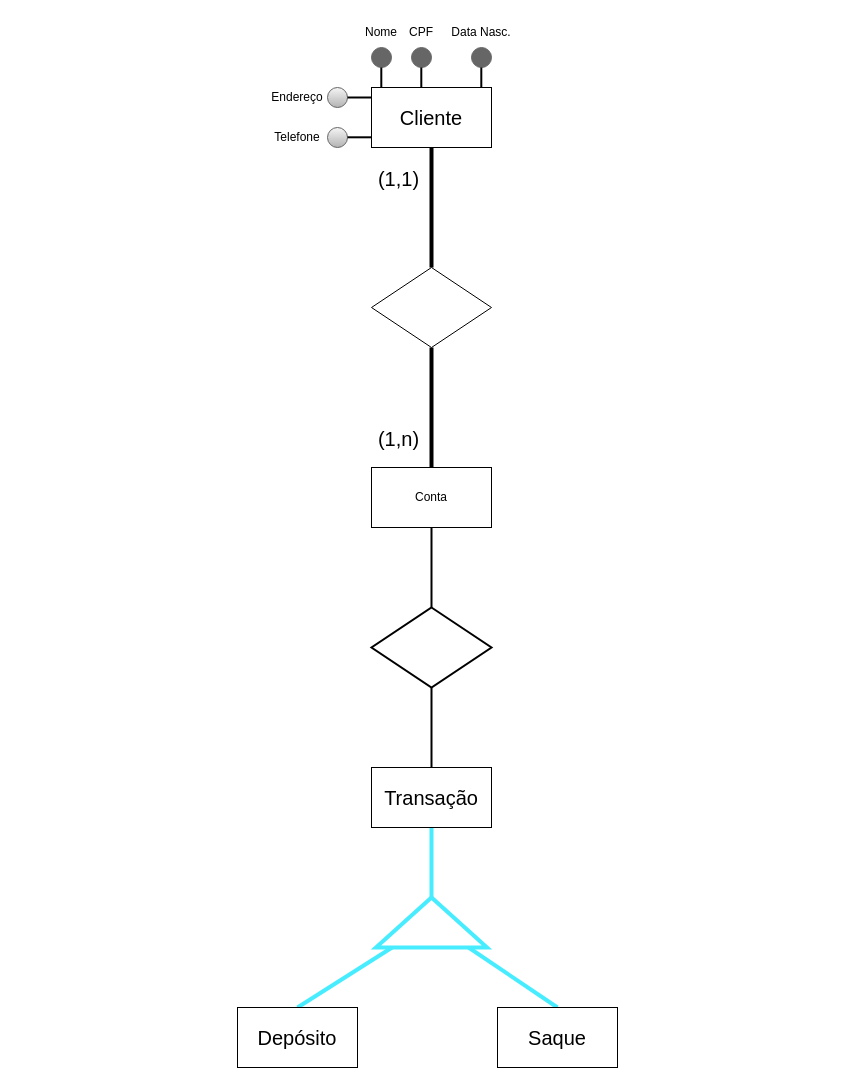
Above: diagrama/Diagrama Sistema Bancario.drawio in Eric-Catarina/Sistema-Bancario (draw.io), before the change. Source tidied: cells renumbered, new cells numbered last; positions are measured from the earlier drawing's top-left corner, leaving out a move shared by most shapes. Both pictures are drawn from the tidied source at 100%, with x=0, y=0 at pixel (237, 17).
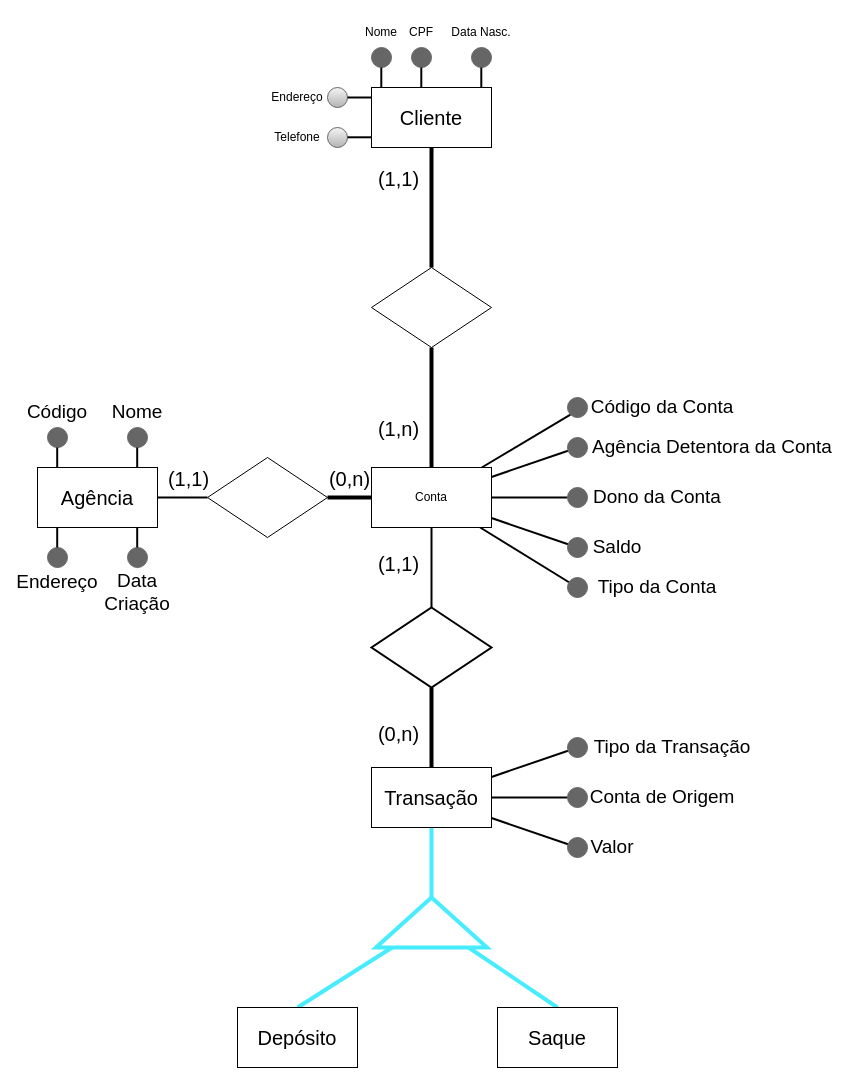
The same diagram, later.

The change refers to these unchanged cells:
```xml
<mxCell id="3" value="Conta" style="rounded=0;whiteSpace=wrap;html=1;" parent="1" vertex="1">
  <mxGeometry x="134" y="450" width="120" height="60" as="geometry" />
</mxCell>
<mxCell id="14" style="edgeStyle=orthogonalEdgeStyle;rounded=0;jettySize=auto;html=1;strokeWidth=4;fontSize=20;endArrow=none;endFill=0;entryX=0.5;entryY=0;entryDx=0;entryDy=0;" parent="1" edge="1" source="18" target="3">
  <mxGeometry relative="1" as="geometry" />
</mxCell>
<mxCell id="25" value="Transação" style="rounded=0;whiteSpace=wrap;html=1;strokeColor=#000000;strokeWidth=1;fontSize=20;" parent="1" vertex="1">
  <mxGeometry x="134" y="750" width="120" height="60" as="geometry" />
</mxCell>
<mxCell id="26" style="edgeStyle=none;rounded=0;jettySize=auto;html=1;entryX=0.5;entryY=1;entryDx=0;entryDy=0;strokeColor=#000000;strokeWidth=2;fontSize=20;endArrow=none;endFill=0;" parent="1" edge="1" source="28" target="3">
  <mxGeometry relative="1" as="geometry" />
</mxCell>
<mxCell id="28" style="rhombus;whiteSpace=wrap;html=1;strokeColor=#000000;strokeWidth=2;fontSize=20;" parent="1" vertex="1">
  <mxGeometry x="134" y="590" width="120" height="80" as="geometry" />
</mxCell>
```

The edit, as a diff of the source:
```diff
@@
+    <mxCell id="34" style="edgeStyle=none;rounded=0;jettySize=auto;html=1;entryX=1;entryY=0.5;entryDx=0;entryDy=0;strokeColor=#000000;strokeWidth=4;fontSize=20;endArrow=none;endFill=0;" parent="1" edge="1" source="3" target="49">
+      <mxGeometry relative="1" as="geometry" />
+    </mxCell>
+    <mxCell id="35" value="(0,n)" style="edgeLabel;html=1;align=center;verticalAlign=middle;fontSize=20;" parent="34" vertex="1">
+      <mxGeometry x="-0.48" y="-1" relative="1" as="geometry">
+        <mxPoint x="-12" y="-19" as="offset" />
+      </mxGeometry>
+    </mxCell>
+    <mxCell id="36" style="edgeStyle=none;rounded=0;jettySize=auto;html=1;entryX=0;entryY=0.5;entryDx=0;entryDy=0;strokeColor=#000000;strokeWidth=2;fontSize=19;endArrow=none;endFill=0;" parent="1" edge="1" source="3" target="64">
+      <mxGeometry relative="1" as="geometry" />
+    </mxCell>
+    <mxCell id="37" style="edgeStyle=none;rounded=0;jettySize=auto;html=1;entryX=0;entryY=1;entryDx=0;entryDy=0;strokeColor=#000000;strokeWidth=2;fontSize=19;endArrow=none;endFill=0;" parent="1" edge="1" source="3" target="62">
+      <mxGeometry relative="1" as="geometry" />
+    </mxCell>
+    <mxCell id="38" style="edgeStyle=none;rounded=0;jettySize=auto;html=1;strokeColor=#000000;strokeWidth=2;fontSize=19;endArrow=none;endFill=0;" parent="1" edge="1" source="3" target="66">
+      <mxGeometry relative="1" as="geometry" />
+    </mxCell>
+    <mxCell id="39" style="edgeStyle=none;rounded=0;jettySize=auto;html=1;strokeColor=#000000;strokeWidth=2;fontSize=19;endArrow=none;endFill=0;" parent="1" edge="1" source="3" target="65">
+      <mxGeometry relative="1" as="geometry" />
+    </mxCell>
+    <mxCell id="40" style="edgeStyle=none;rounded=0;jettySize=auto;html=1;strokeColor=#000000;strokeWidth=2;fontSize=19;endArrow=none;endFill=0;" parent="1" edge="1" source="3" target="63">
+      <mxGeometry relative="1" as="geometry" />
+    </mxCell>
@@
     <mxCell id="15" value="(1,n)" style="edgeLabel;html=1;align=center;verticalAlign=middle;fontSize=20;" parent="14" vertex="1">
       <mxGeometry x="0.74" y="-1" relative="1" as="geometry">
-        <mxPoint x="-33" y="-14" as="offset" />
+        <mxPoint x="-33" y="-24" as="offset" />
       </mxGeometry>
     </mxCell>
@@
+    <mxCell id="41" style="edgeStyle=none;rounded=0;jettySize=auto;html=1;strokeColor=#000000;strokeWidth=2;fontSize=19;endArrow=none;endFill=0;" parent="1" edge="1" source="25" target="72">
+      <mxGeometry relative="1" as="geometry" />
+    </mxCell>
+    <mxCell id="42" style="edgeStyle=none;rounded=0;jettySize=auto;html=1;strokeColor=#000000;strokeWidth=2;fontSize=19;endArrow=none;endFill=0;" parent="1" edge="1" source="25" target="73">
+      <mxGeometry relative="1" as="geometry" />
+    </mxCell>
+    <mxCell id="43" style="edgeStyle=none;rounded=0;jettySize=auto;html=1;strokeColor=#000000;strokeWidth=2;fontSize=19;endArrow=none;endFill=0;" parent="1" edge="1" source="25" target="74">
+      <mxGeometry relative="1" as="geometry" />
+    </mxCell>
@@
+    <mxCell id="44" value="(1,1)" style="edgeLabel;html=1;align=center;verticalAlign=middle;fontSize=20;" parent="26" vertex="1">
+      <mxGeometry x="0.54" y="2" relative="1" as="geometry">
+        <mxPoint x="-32" y="17" as="offset" />
+      </mxGeometry>
+    </mxCell>
-    <mxCell id="27" style="edgeStyle=none;rounded=0;jettySize=auto;html=1;entryX=0.5;entryY=0;entryDx=0;entryDy=0;strokeColor=#000000;strokeWidth=2;fontSize=20;endArrow=none;endFill=0;" parent="1" edge="1" source="28" target="25">
+    <mxCell id="27" style="edgeStyle=none;rounded=0;jettySize=auto;html=1;entryX=0.5;entryY=0;entryDx=0;entryDy=0;strokeColor=#000000;strokeWidth=4;fontSize=20;endArrow=none;endFill=0;" parent="1" edge="1" source="28" target="25">
       <mxGeometry relative="1" as="geometry" />
     </mxCell>
+    <mxCell id="45" value="(0,n)" style="edgeLabel;html=1;align=center;verticalAlign=middle;fontSize=20;" parent="27" vertex="1">
+      <mxGeometry x="0.64" y="-2" relative="1" as="geometry">
+        <mxPoint x="-32" y="-21" as="offset" />
+      </mxGeometry>
+    </mxCell>
@@
+    <mxCell id="46" value="Agência" style="rounded=0;whiteSpace=wrap;html=1;strokeColor=#000000;strokeWidth=1;fontSize=20;" parent="1" vertex="1">
+      <mxGeometry x="-200" y="450" width="120" height="60" as="geometry" />
+    </mxCell>
+    <mxCell id="47" style="edgeStyle=none;rounded=0;jettySize=auto;html=1;strokeColor=#000000;strokeWidth=2;fontSize=20;endArrow=none;endFill=0;entryX=1;entryY=0.5;entryDx=0;entryDy=0;" parent="1" edge="1" source="49" target="46">
+      <mxGeometry relative="1" as="geometry" />
+    </mxCell>
+    <mxCell id="48" value="(1,1)" style="edgeLabel;html=1;align=center;verticalAlign=middle;fontSize=20;" parent="47" vertex="1">
+      <mxGeometry x="0.57" relative="1" as="geometry">
+        <mxPoint x="19" y="-20" as="offset" />
+      </mxGeometry>
+    </mxCell>
+    <mxCell id="49" style="rhombus;whiteSpace=wrap;html=1;fontSize=20;" parent="1" vertex="1">
+      <mxGeometry x="-30" y="440" width="120" height="80" as="geometry" />
+    </mxCell>
+    <mxCell id="50" style="ellipse;whiteSpace=wrap;html=1;fillColor=#666666;fontColor=#333333;strokeColor=#666666;" parent="1" vertex="1">
+      <mxGeometry x="-190" y="410" width="20" height="20" as="geometry" />
+    </mxCell>
+    <mxCell id="51" style="ellipse;whiteSpace=wrap;html=1;fillColor=#666666;fontColor=#333333;strokeColor=#666666;" parent="1" vertex="1">
+      <mxGeometry x="-110" y="410" width="20" height="20" as="geometry" />
+    </mxCell>
+    <mxCell id="52" style="ellipse;whiteSpace=wrap;html=1;fillColor=#666666;fontColor=#333333;strokeColor=#666666;" parent="1" vertex="1">
+      <mxGeometry x="-110" y="530" width="20" height="20" as="geometry" />
+    </mxCell>
+    <mxCell id="53" style="ellipse;whiteSpace=wrap;html=1;fillColor=#666666;fontColor=#333333;strokeColor=#666666;" parent="1" vertex="1">
+      <mxGeometry x="-190" y="530" width="20" height="20" as="geometry" />
+    </mxCell>
+    <mxCell id="54" style="endArrow=none;html=1;rounded=0;strokeColor=#000000;strokeWidth=2;fontSize=20;" parent="1" edge="1">
+      <mxGeometry relative="1" as="geometry">
+        <mxPoint x="-180.3" y="450" as="sourcePoint" />
+        <mxPoint x="-180.3" y="430" as="targetPoint" />
+      </mxGeometry>
+    </mxCell>
+    <mxCell id="55" style="endArrow=none;html=1;rounded=0;strokeColor=#000000;strokeWidth=2;fontSize=20;" parent="1" edge="1">
+      <mxGeometry relative="1" as="geometry">
+        <mxPoint x="-180.3" y="530" as="sourcePoint" />
+        <mxPoint x="-180.3" y="510" as="targetPoint" />
+      </mxGeometry>
+    </mxCell>
+    <mxCell id="56" style="endArrow=none;html=1;rounded=0;strokeColor=#000000;strokeWidth=2;fontSize=20;" parent="1" edge="1">
+      <mxGeometry relative="1" as="geometry">
+        <mxPoint x="-100.3" y="530" as="sourcePoint" />
+        <mxPoint x="-100.3" y="510" as="targetPoint" />
+      </mxGeometry>
+    </mxCell>
+    <mxCell id="57" style="endArrow=none;html=1;rounded=0;strokeColor=#000000;strokeWidth=2;fontSize=20;" parent="1" edge="1">
+      <mxGeometry relative="1" as="geometry">
+        <mxPoint x="-100.3" y="450" as="sourcePoint" />
+        <mxPoint x="-100.3" y="430" as="targetPoint" />
+      </mxGeometry>
+    </mxCell>
+    <mxCell id="58" value="Código" style="text;html=1;strokeColor=none;fillColor=none;align=center;verticalAlign=middle;whiteSpace=wrap;rounded=0;strokeWidth=2;fontSize=19;" parent="1" vertex="1">
+      <mxGeometry x="-210" y="380" width="60" height="30" as="geometry" />
+    </mxCell>
+    <mxCell id="59" value="Nome" style="text;html=1;strokeColor=none;fillColor=none;align=center;verticalAlign=middle;whiteSpace=wrap;rounded=0;strokeWidth=2;fontSize=19;" parent="1" vertex="1">
+      <mxGeometry x="-130" y="380" width="60" height="30" as="geometry" />
+    </mxCell>
+    <mxCell id="60" value="Endereço" style="text;html=1;strokeColor=none;fillColor=none;align=center;verticalAlign=middle;whiteSpace=wrap;rounded=0;strokeWidth=2;fontSize=19;" parent="1" vertex="1">
+      <mxGeometry x="-210" y="550" width="60" height="30" as="geometry" />
+    </mxCell>
+    <mxCell id="61" value="Data Criação" style="text;html=1;strokeColor=none;fillColor=none;align=center;verticalAlign=middle;whiteSpace=wrap;rounded=0;strokeWidth=2;fontSize=19;" parent="1" vertex="1">
+      <mxGeometry x="-155" y="560" width="110" height="30" as="geometry" />
+    </mxCell>
+    <mxCell id="62" style="ellipse;whiteSpace=wrap;html=1;fillColor=#666666;fontColor=#333333;strokeColor=#666666;" parent="1" vertex="1">
+      <mxGeometry x="330" y="380" width="20" height="20" as="geometry" />
+    </mxCell>
+    <mxCell id="63" style="ellipse;whiteSpace=wrap;html=1;fillColor=#666666;fontColor=#333333;strokeColor=#666666;" parent="1" vertex="1">
+      <mxGeometry x="330" y="420" width="20" height="20" as="geometry" />
+    </mxCell>
+    <mxCell id="64" style="ellipse;whiteSpace=wrap;html=1;fillColor=#666666;fontColor=#333333;strokeColor=#666666;" parent="1" vertex="1">
+      <mxGeometry x="330" y="470" width="20" height="20" as="geometry" />
+    </mxCell>
+    <mxCell id="65" style="ellipse;whiteSpace=wrap;html=1;fillColor=#666666;fontColor=#333333;strokeColor=#666666;" parent="1" vertex="1">
+      <mxGeometry x="330" y="520" width="20" height="20" as="geometry" />
+    </mxCell>
+    <mxCell id="66" style="ellipse;whiteSpace=wrap;html=1;fillColor=#666666;fontColor=#333333;strokeColor=#666666;" parent="1" vertex="1">
+      <mxGeometry x="330" y="560" width="20" height="20" as="geometry" />
+    </mxCell>
+    <mxCell id="67" value="Código da Conta" style="text;html=1;strokeColor=none;fillColor=none;align=center;verticalAlign=middle;whiteSpace=wrap;rounded=0;strokeWidth=2;fontSize=19;" parent="1" vertex="1">
+      <mxGeometry x="350" y="375" width="150" height="30" as="geometry" />
+    </mxCell>
+    <mxCell id="68" value="Agência Detentora da Conta" style="text;html=1;strokeColor=none;fillColor=none;align=center;verticalAlign=middle;whiteSpace=wrap;rounded=0;strokeWidth=2;fontSize=19;" parent="1" vertex="1">
+      <mxGeometry x="350" y="415" width="250" height="30" as="geometry" />
+    </mxCell>
+    <mxCell id="69" value="Dono da Conta" style="text;html=1;strokeColor=none;fillColor=none;align=center;verticalAlign=middle;whiteSpace=wrap;rounded=0;strokeWidth=2;fontSize=19;" parent="1" vertex="1">
+      <mxGeometry x="350" y="465" width="140" height="30" as="geometry" />
+    </mxCell>
+    <mxCell id="70" value="Saldo" style="text;html=1;strokeColor=none;fillColor=none;align=center;verticalAlign=middle;whiteSpace=wrap;rounded=0;strokeWidth=2;fontSize=19;" parent="1" vertex="1">
+      <mxGeometry x="350" y="515" width="60" height="30" as="geometry" />
+    </mxCell>
+    <mxCell id="71" value="Tipo da Conta" style="text;html=1;strokeColor=none;fillColor=none;align=center;verticalAlign=middle;whiteSpace=wrap;rounded=0;strokeWidth=2;fontSize=19;" parent="1" vertex="1">
+      <mxGeometry x="350" y="555" width="140" height="30" as="geometry" />
+    </mxCell>
+    <mxCell id="72" style="ellipse;whiteSpace=wrap;html=1;fillColor=#666666;fontColor=#333333;strokeColor=#666666;" parent="1" vertex="1">
+      <mxGeometry x="330" y="770" width="20" height="20" as="geometry" />
+    </mxCell>
+    <mxCell id="73" style="ellipse;whiteSpace=wrap;html=1;fillColor=#666666;fontColor=#333333;strokeColor=#666666;" parent="1" vertex="1">
+      <mxGeometry x="330" y="720" width="20" height="20" as="geometry" />
+    </mxCell>
+    <mxCell id="74" style="ellipse;whiteSpace=wrap;html=1;fillColor=#666666;fontColor=#333333;strokeColor=#666666;" parent="1" vertex="1">
+      <mxGeometry x="330" y="820" width="20" height="20" as="geometry" />
+    </mxCell>
+    <mxCell id="75" value="Conta de Origem" style="text;html=1;strokeColor=none;fillColor=none;align=center;verticalAlign=middle;whiteSpace=wrap;rounded=0;strokeWidth=2;fontSize=19;" parent="1" vertex="1">
+      <mxGeometry x="350" y="765" width="150" height="30" as="geometry" />
+    </mxCell>
+    <mxCell id="76" value="Tipo da Transação" style="text;html=1;strokeColor=none;fillColor=none;align=center;verticalAlign=middle;whiteSpace=wrap;rounded=0;strokeWidth=2;fontSize=19;" parent="1" vertex="1">
+      <mxGeometry x="350" y="715" width="170" height="30" as="geometry" />
+    </mxCell>
+    <mxCell id="77" value="Valor" style="text;html=1;strokeColor=none;fillColor=none;align=center;verticalAlign=middle;whiteSpace=wrap;rounded=0;strokeWidth=2;fontSize=19;" parent="1" vertex="1">
+      <mxGeometry x="350" y="815" width="50" height="30" as="geometry" />
+    </mxCell>
```
